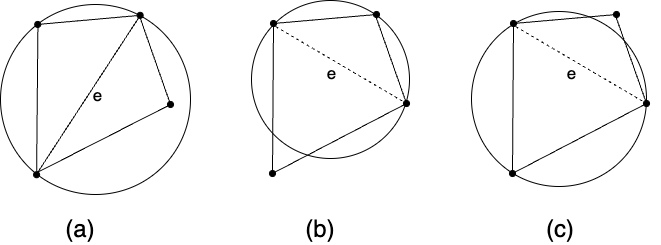
Above: imgs/math_background_egs/delaunay_triangulation.drawio.png in afr13dman/senior-thesis (draw.io), before the change. Source tidied: cells renumbered, new cells last; positions are measured from the earlier drawing's top-left corner, leaving out a move shared by most shapes. Source of this version:
```xml
<mxGraphModel>
  <root>
    <mxCell id="0" />
    <mxCell id="1" parent="0" />
    <mxCell id="2" style="ellipse;whiteSpace=wrap;html=1;fillColor=none;" parent="1" vertex="1">
      <mxGeometry y="4" width="190" height="190" as="geometry" />
    </mxCell>
    <mxCell id="3" style="endArrow=none;html=1;rounded=0;exitX=0.19;exitY=0.896;exitDx=0;exitDy=0;exitPerimeter=0;startArrow=oval;startFill=1;entryX=0.197;entryY=0.108;entryDx=0;entryDy=0;entryPerimeter=0;" parent="1" edge="1" source="2" target="2">
      <mxGeometry relative="1" as="geometry" />
    </mxCell>
    <mxCell id="4" value="e" style="edgeLabel;html=1;align=center;verticalAlign=middle;fontSize=17;" parent="3" vertex="1">
      <mxGeometry x="0.04" relative="1" as="geometry">
        <mxPoint x="60" y="-2" as="offset" />
      </mxGeometry>
    </mxCell>
    <mxCell id="5" style="endArrow=oval;html=1;rounded=0;entryX=0.735;entryY=0.057;entryDx=0;entryDy=0;entryPerimeter=0;startArrow=oval;startFill=1;endFill=1;exitX=0.196;exitY=0.105;exitDx=0;exitDy=0;exitPerimeter=0;" parent="1" edge="1" source="2" target="2">
      <mxGeometry relative="1" as="geometry" />
    </mxCell>
    <mxCell id="6" style="endArrow=none;html=1;rounded=0;exitX=0.191;exitY=0.891;exitDx=0;exitDy=0;exitPerimeter=0;entryX=0.73;entryY=0.066;entryDx=0;entryDy=0;entryPerimeter=0;" parent="1" edge="1" source="2" target="2">
      <mxGeometry relative="1" as="geometry" />
    </mxCell>
    <mxCell id="7" style="endArrow=none;html=1;rounded=0;entryX=0.732;entryY=0.062;entryDx=0;entryDy=0;entryPerimeter=0;" parent="1" edge="1" target="2">
      <mxGeometry relative="1" as="geometry">
        <mxPoint x="170" y="104" as="sourcePoint" />
      </mxGeometry>
    </mxCell>
    <mxCell id="8" style="endArrow=none;html=1;rounded=0;entryX=0.18;entryY=0.891;entryDx=0;entryDy=0;entryPerimeter=0;startArrow=oval;startFill=1;" parent="1" edge="1" target="2">
      <mxGeometry relative="1" as="geometry">
        <mxPoint x="170" y="104" as="sourcePoint" />
      </mxGeometry>
    </mxCell>
    <mxCell id="9" style="group;" parent="1" vertex="1">
      <mxGeometry x="270" y="14" width="150" height="180" as="geometry" />
    </mxCell>
    <mxCell id="10" style="ellipse;whiteSpace=wrap;html=1;fillColor=none;" parent="9" vertex="1">
      <mxGeometry x="-19" y="-14" width="158" height="158" as="geometry" />
    </mxCell>
    <mxCell id="11" style="endArrow=none;html=1;rounded=0;exitX=0.19;exitY=0.896;exitDx=0;exitDy=0;exitPerimeter=0;startArrow=oval;startFill=1;entryX=0.197;entryY=0.108;entryDx=0;entryDy=0;entryPerimeter=0;" parent="9" edge="1">
      <mxGeometry relative="1" as="geometry">
        <mxPoint x="2" y="159" as="sourcePoint" />
        <mxPoint x="3" y="10" as="targetPoint" />
      </mxGeometry>
    </mxCell>
    <mxCell id="12" value="e" style="edgeLabel;html=1;align=center;verticalAlign=middle;fontSize=17;" parent="11" vertex="1">
      <mxGeometry x="0.04" relative="1" as="geometry">
        <mxPoint x="58" y="-23" as="offset" />
      </mxGeometry>
    </mxCell>
    <mxCell id="13" style="endArrow=oval;html=1;rounded=0;entryX=0.735;entryY=0.057;entryDx=0;entryDy=0;entryPerimeter=0;startArrow=oval;startFill=1;endFill=1;exitX=0.196;exitY=0.105;exitDx=0;exitDy=0;exitPerimeter=0;" parent="9" edge="1">
      <mxGeometry relative="1" as="geometry">
        <mxPoint x="3" y="9" as="sourcePoint" />
        <mxPoint x="106" as="targetPoint" />
      </mxGeometry>
    </mxCell>
    <mxCell id="14" style="endArrow=none;html=1;rounded=0;entryX=0.732;entryY=0.062;entryDx=0;entryDy=0;entryPerimeter=0;" parent="9" edge="1">
      <mxGeometry relative="1" as="geometry">
        <mxPoint x="136" y="89" as="sourcePoint" />
        <mxPoint x="105" y="1" as="targetPoint" />
      </mxGeometry>
    </mxCell>
    <mxCell id="15" style="endArrow=none;html=1;rounded=0;startArrow=oval;startFill=1;" parent="9" edge="1">
      <mxGeometry relative="1" as="geometry">
        <mxPoint x="136" y="89" as="sourcePoint" />
        <mxPoint y="160" as="targetPoint" />
      </mxGeometry>
    </mxCell>
    <mxCell id="16" style="endArrow=none;html=1;rounded=0;dashed=1;" parent="9" edge="1">
      <mxGeometry relative="1" as="geometry">
        <mxPoint y="9" as="sourcePoint" />
        <mxPoint x="136" y="89" as="targetPoint" />
      </mxGeometry>
    </mxCell>
    <mxCell id="17" style="group;" parent="1" vertex="1">
      <mxGeometry x="510" y="14" width="150" height="180" as="geometry" />
    </mxCell>
    <mxCell id="18" style="ellipse;whiteSpace=wrap;html=1;fillColor=none;" parent="17" vertex="1">
      <mxGeometry x="-39" y="-3" width="175" height="175" as="geometry" />
    </mxCell>
    <mxCell id="19" style="endArrow=none;html=1;rounded=0;exitX=0.19;exitY=0.896;exitDx=0;exitDy=0;exitPerimeter=0;startArrow=oval;startFill=1;entryX=0.197;entryY=0.108;entryDx=0;entryDy=0;entryPerimeter=0;" parent="17" edge="1">
      <mxGeometry relative="1" as="geometry">
        <mxPoint x="2" y="159" as="sourcePoint" />
        <mxPoint x="3" y="10" as="targetPoint" />
      </mxGeometry>
    </mxCell>
    <mxCell id="20" value="&lt;font style=&quot;font-size: 17px;&quot;&gt;e&lt;/font&gt;" style="edgeLabel;html=1;align=center;verticalAlign=middle;" parent="19" vertex="1">
      <mxGeometry x="0.04" relative="1" as="geometry">
        <mxPoint x="58" y="-23" as="offset" />
      </mxGeometry>
    </mxCell>
    <mxCell id="21" style="endArrow=oval;html=1;rounded=0;entryX=0.735;entryY=0.057;entryDx=0;entryDy=0;entryPerimeter=0;startArrow=oval;startFill=1;endFill=1;exitX=0.196;exitY=0.105;exitDx=0;exitDy=0;exitPerimeter=0;" parent="17" edge="1">
      <mxGeometry relative="1" as="geometry">
        <mxPoint x="3" y="9" as="sourcePoint" />
        <mxPoint x="106" as="targetPoint" />
      </mxGeometry>
    </mxCell>
    <mxCell id="22" style="endArrow=none;html=1;rounded=0;entryX=0.732;entryY=0.062;entryDx=0;entryDy=0;entryPerimeter=0;" parent="17" edge="1">
      <mxGeometry relative="1" as="geometry">
        <mxPoint x="136" y="89" as="sourcePoint" />
        <mxPoint x="105" y="1" as="targetPoint" />
      </mxGeometry>
    </mxCell>
    <mxCell id="23" style="endArrow=none;html=1;rounded=0;startArrow=oval;startFill=1;" parent="17" edge="1">
      <mxGeometry relative="1" as="geometry">
        <mxPoint x="136" y="89" as="sourcePoint" />
        <mxPoint y="160" as="targetPoint" />
      </mxGeometry>
    </mxCell>
    <mxCell id="24" style="endArrow=none;html=1;rounded=0;dashed=1;" parent="17" edge="1">
      <mxGeometry relative="1" as="geometry">
        <mxPoint y="9" as="sourcePoint" />
        <mxPoint x="136" y="89" as="targetPoint" />
      </mxGeometry>
    </mxCell>
    <mxCell id="25" value="&lt;font style=&quot;font-size: 24px;&quot;&gt;(a)&lt;/font&gt;" style="text;html=1;align=center;verticalAlign=middle;whiteSpace=wrap;rounded=0;" parent="1" vertex="1">
      <mxGeometry x="50" y="214" width="60" height="30" as="geometry" />
    </mxCell>
    <mxCell id="26" value="&lt;font style=&quot;font-size: 24px;&quot;&gt;(b&lt;/font&gt;&lt;span style=&quot;font-size: 24px; background-color: transparent; color: light-dark(rgb(0, 0, 0), rgb(255, 255, 255));&quot;&gt;)&lt;/span&gt;" style="text;html=1;align=center;verticalAlign=middle;whiteSpace=wrap;rounded=0;" parent="1" vertex="1">
      <mxGeometry x="290" y="214" width="60" height="30" as="geometry" />
    </mxCell>
    <mxCell id="27" value="&lt;font style=&quot;font-size: 24px;&quot;&gt;(c)&lt;/font&gt;" style="text;html=1;align=center;verticalAlign=middle;whiteSpace=wrap;rounded=0;" parent="1" vertex="1">
      <mxGeometry x="530" y="214" width="60" height="30" as="geometry" />
    </mxCell>
  </root>
</mxGraphModel>
```
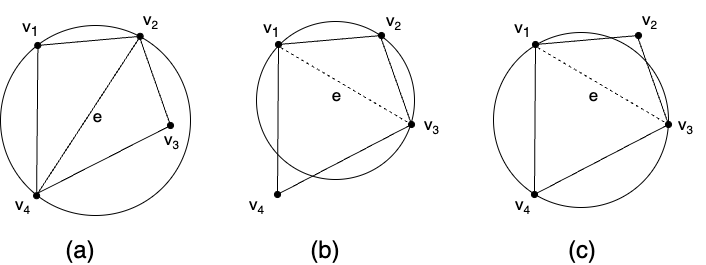
After the commit.

Diff of the diagram source:
```diff
@@ -29,8 +29,35 @@
         <mxPoint x="170" y="104" as="sourcePoint" />
       </mxGeometry>
     </mxCell>
+    <mxCell id="25" value="&lt;font style=&quot;font-size: 24px;&quot;&gt;(a)&lt;/font&gt;" style="text;html=1;align=center;verticalAlign=middle;whiteSpace=wrap;rounded=0;" parent="1" vertex="1">
+      <mxGeometry x="50" y="214" width="60" height="30" as="geometry" />
+    </mxCell>
+    <mxCell id="28" value="&lt;font style=&quot;font-size: 17px;&quot;&gt;v&lt;sub&gt;1&lt;/sub&gt;&lt;/font&gt;" style="text;html=1;align=center;verticalAlign=middle;strokeColor=none;fillColor=none;" parent="1" vertex="1">
+      <mxGeometry x="10" y="-13" width="40" height="40" as="geometry" />
+    </mxCell>
+    <mxCell id="29" value="&lt;font style=&quot;font-size: 17px;&quot;&gt;v&lt;/font&gt;&lt;font style=&quot;font-size: 14.1667px;&quot;&gt;&lt;sub&gt;2&lt;/sub&gt;&lt;/font&gt;" style="text;html=1;align=center;verticalAlign=middle;strokeColor=none;fillColor=none;" parent="1" vertex="1">
+      <mxGeometry x="130" y="-21" width="40" height="40" as="geometry" />
+    </mxCell>
+    <mxCell id="30" value="&lt;font style=&quot;font-size: 17px;&quot;&gt;v&lt;/font&gt;&lt;font style=&quot;font-size: 14.1667px;&quot;&gt;&lt;sub&gt;3&lt;/sub&gt;&lt;/font&gt;" style="text;html=1;align=center;verticalAlign=middle;strokeColor=none;fillColor=none;" parent="1" vertex="1">
+      <mxGeometry x="151" y="99" width="40" height="40" as="geometry" />
+    </mxCell>
+    <mxCell id="31" value="&lt;font style=&quot;font-size: 17px;&quot;&gt;v&lt;/font&gt;&lt;font style=&quot;font-size: 14.1667px;&quot;&gt;&lt;sub&gt;3&lt;/sub&gt;&lt;/font&gt;" style="text;html=1;align=center;verticalAlign=middle;strokeColor=none;fillColor=none;" parent="1" vertex="1">
+      <mxGeometry x="665" y="84" width="40" height="40" as="geometry" />
+    </mxCell>
+    <mxCell id="32" value="&lt;font style=&quot;font-size: 17px;&quot;&gt;v&lt;/font&gt;&lt;font style=&quot;font-size: 14.1667px;&quot;&gt;&lt;sub&gt;4&lt;/sub&gt;&lt;/font&gt;" style="text;html=1;align=center;verticalAlign=middle;strokeColor=none;fillColor=none;" parent="1" vertex="1">
+      <mxGeometry x="2" y="164" width="40" height="40" as="geometry" />
+    </mxCell>
+    <mxCell id="33" style="group;" parent="1" vertex="1">
+      <mxGeometry x="236" y="-12" width="213" height="256" as="geometry" />
+    </mxCell>
+    <mxCell id="34" value="&lt;font style=&quot;font-size: 17px;&quot;&gt;v&lt;/font&gt;&lt;font style=&quot;font-size: 14.1667px;&quot;&gt;&lt;sub&gt;4&lt;/sub&gt;&lt;/font&gt;" style="text;html=1;align=center;verticalAlign=middle;strokeColor=none;fillColor=none;" parent="33" vertex="1">
+      <mxGeometry y="176" width="40" height="40" as="geometry" />
+    </mxCell>
+    <mxCell id="35" style="group;" parent="33" vertex="1">
+      <mxGeometry x="15" width="200" height="256" as="geometry" />
+    </mxCell>
-    <mxCell id="9" style="group;" parent="1" vertex="1">
-      <mxGeometry x="270" y="14" width="150" height="180" as="geometry" />
+    <mxCell id="9" style="group;" parent="35" vertex="1">
+      <mxGeometry x="24" y="26" width="150" height="180" as="geometry" />
     </mxCell>
     <mxCell id="10" style="ellipse;whiteSpace=wrap;html=1;fillColor=none;" parent="9" vertex="1">
       <mxGeometry x="-19" y="-14" width="158" height="158" as="geometry" />
@@ -70,8 +97,23 @@
         <mxPoint x="136" y="89" as="targetPoint" />
       </mxGeometry>
     </mxCell>
+    <mxCell id="36" value="&lt;font style=&quot;font-size: 17px;&quot;&gt;v&lt;/font&gt;&lt;font style=&quot;font-size: 14.1667px;&quot;&gt;&lt;sub&gt;2&lt;/sub&gt;&lt;/font&gt;" style="text;html=1;align=center;verticalAlign=middle;strokeColor=none;fillColor=none;" parent="9" vertex="1">
+      <mxGeometry x="98" y="-34" width="40" height="40" as="geometry" />
+    </mxCell>
+    <mxCell id="26" value="&lt;font style=&quot;font-size: 24px;&quot;&gt;(b&lt;/font&gt;&lt;span style=&quot;font-size: 24px; background-color: transparent; color: light-dark(rgb(0, 0, 0), rgb(255, 255, 255));&quot;&gt;)&lt;/span&gt;" style="text;html=1;align=center;verticalAlign=middle;whiteSpace=wrap;rounded=0;" parent="35" vertex="1">
+      <mxGeometry x="44" y="226" width="60" height="30" as="geometry" />
+    </mxCell>
+    <mxCell id="37" value="&lt;font style=&quot;font-size: 17px;&quot;&gt;v&lt;sub&gt;1&lt;/sub&gt;&lt;/font&gt;" style="text;html=1;align=center;verticalAlign=middle;strokeColor=none;fillColor=none;" parent="35" vertex="1">
+      <mxGeometry width="40" height="40" as="geometry" />
+    </mxCell>
+    <mxCell id="38" value="&lt;font style=&quot;font-size: 17px;&quot;&gt;v&lt;/font&gt;&lt;font style=&quot;font-size: 14.1667px;&quot;&gt;&lt;sub&gt;3&lt;/sub&gt;&lt;/font&gt;" style="text;html=1;align=center;verticalAlign=middle;strokeColor=none;fillColor=none;" parent="35" vertex="1">
+      <mxGeometry x="160" y="96" width="40" height="40" as="geometry" />
+    </mxCell>
+    <mxCell id="39" style="group;" parent="1" vertex="1">
+      <mxGeometry x="502" y="-21" width="180" height="265" as="geometry" />
+    </mxCell>
-    <mxCell id="17" style="group;" parent="1" vertex="1">
-      <mxGeometry x="510" y="14" width="150" height="180" as="geometry" />
+    <mxCell id="17" style="group;" parent="39" vertex="1">
+      <mxGeometry x="30" y="35" width="150" height="180" as="geometry" />
     </mxCell>
     <mxCell id="18" style="ellipse;whiteSpace=wrap;html=1;fillColor=none;" parent="17" vertex="1">
       <mxGeometry x="-39" y="-3" width="175" height="175" as="geometry" />
@@ -111,14 +153,17 @@
         <mxPoint x="136" y="89" as="targetPoint" />
       </mxGeometry>
     </mxCell>
-    <mxCell id="25" value="&lt;font style=&quot;font-size: 24px;&quot;&gt;(a)&lt;/font&gt;" style="text;html=1;align=center;verticalAlign=middle;whiteSpace=wrap;rounded=0;" parent="1" vertex="1">
-      <mxGeometry x="50" y="214" width="60" height="30" as="geometry" />
-    </mxCell>
-    <mxCell id="26" value="&lt;font style=&quot;font-size: 24px;&quot;&gt;(b&lt;/font&gt;&lt;span style=&quot;font-size: 24px; background-color: transparent; color: light-dark(rgb(0, 0, 0), rgb(255, 255, 255));&quot;&gt;)&lt;/span&gt;" style="text;html=1;align=center;verticalAlign=middle;whiteSpace=wrap;rounded=0;" parent="1" vertex="1">
-      <mxGeometry x="290" y="214" width="60" height="30" as="geometry" />
-    </mxCell>
-    <mxCell id="27" value="&lt;font style=&quot;font-size: 24px;&quot;&gt;(c)&lt;/font&gt;" style="text;html=1;align=center;verticalAlign=middle;whiteSpace=wrap;rounded=0;" parent="1" vertex="1">
-      <mxGeometry x="530" y="214" width="60" height="30" as="geometry" />
+    <mxCell id="27" value="&lt;font style=&quot;font-size: 24px;&quot;&gt;(c)&lt;/font&gt;" style="text;html=1;align=center;verticalAlign=middle;whiteSpace=wrap;rounded=0;" parent="39" vertex="1">
+      <mxGeometry x="50" y="235" width="60" height="30" as="geometry" />
     </mxCell>
+    <mxCell id="40" value="&lt;font style=&quot;font-size: 17px;&quot;&gt;v&lt;sub&gt;1&lt;/sub&gt;&lt;/font&gt;" style="text;html=1;align=center;verticalAlign=middle;strokeColor=none;fillColor=none;" parent="39" vertex="1">
+      <mxGeometry y="9" width="40" height="40" as="geometry" />
+    </mxCell>
+    <mxCell id="41" value="&lt;font style=&quot;font-size: 17px;&quot;&gt;v&lt;/font&gt;&lt;font style=&quot;font-size: 14.1667px;&quot;&gt;&lt;sub&gt;2&lt;/sub&gt;&lt;/font&gt;" style="text;html=1;align=center;verticalAlign=middle;strokeColor=none;fillColor=none;" parent="39" vertex="1">
+      <mxGeometry x="127" width="40" height="40" as="geometry" />
+    </mxCell>
+    <mxCell id="42" value="&lt;font style=&quot;font-size: 17px;&quot;&gt;v&lt;/font&gt;&lt;font style=&quot;font-size: 14.1667px;&quot;&gt;&lt;sub&gt;4&lt;/sub&gt;&lt;/font&gt;" style="text;html=1;align=center;verticalAlign=middle;strokeColor=none;fillColor=none;" parent="39" vertex="1">
+      <mxGeometry y="185" width="40" height="40" as="geometry" />
+    </mxCell>
   </root>
 </mxGraphModel>
```
